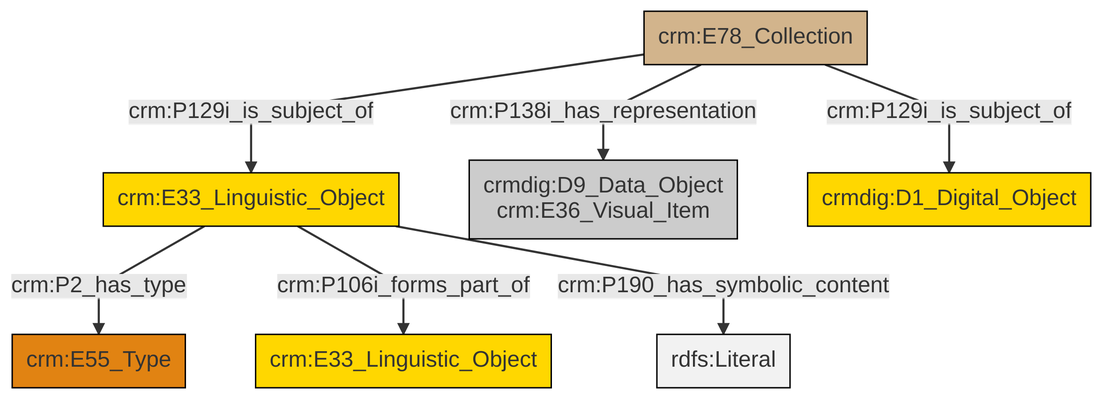
Earlier version of the Mermaid export et/archivalCSV/ttl/mmd/png/archival_docs.png (swiss-art-research-net/docs.swissartresearch). Its source is kept beside it as et/archivalCSV/ttl/mmd/archival_docs.ttl.mmd.
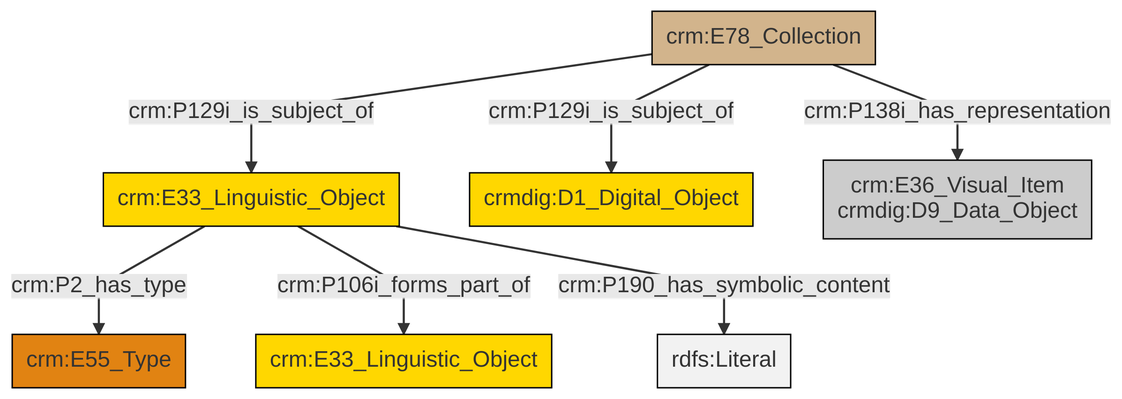
The same file after the commit.

The edit, as a diff of the source:
```diff
@@ -13,9 +13,9 @@
 classDef PC_Classes fill:#4ce600, stroke:#000000;
 classDef Multi fill:#cccccc,stroke:#000000;
 
-2["crm:E33_Linguistic_Object"]:::Conceptual_Object -->|crm:P2_has_type| 0["crm:E55_Type"]:::Type
-10["crm:E78_Collection"]:::Physical_Thing -->|crm:P129i_is_subject_of| 11["crmdig:D1_Digital_Object"]:::Conceptual_Object
-10["crm:E78_Collection"]:::Physical_Thing -->|crm:P138i_has_representation| 5["crmdig:D9_Data_Object<br>crm:E36_Visual_Item"]:::Multi
-2["crm:E33_Linguistic_Object"]:::Conceptual_Object -->|crm:P106i_forms_part_of| 3["crm:E33_Linguistic_Object"]:::Conceptual_Object
-10["crm:E78_Collection"]:::Physical_Thing -->|crm:P129i_is_subject_of| 2["crm:E33_Linguistic_Object"]:::Conceptual_Object
-2["crm:E33_Linguistic_Object"]:::Conceptual_Object -->|crm:P190_has_symbolic_content| 14[rdfs:Literal]:::Literal
+0["crm:E33_Linguistic_Object"]:::Conceptual_Object -->|crm:P2_has_type| 1["crm:E55_Type"]:::Type
+6["crm:E78_Collection"]:::Physical_Thing -->|crm:P129i_is_subject_of| 0["crm:E33_Linguistic_Object"]:::Conceptual_Object
+0["crm:E33_Linguistic_Object"]:::Conceptual_Object -->|crm:P106i_forms_part_of| 10["crm:E33_Linguistic_Object"]:::Conceptual_Object
+0["crm:E33_Linguistic_Object"]:::Conceptual_Object -->|crm:P190_has_symbolic_content| 11[rdfs:Literal]:::Literal
+6["crm:E78_Collection"]:::Physical_Thing -->|crm:P138i_has_representation| 4["crm:E36_Visual_Item<br>crmdig:D9_Data_Object"]:::Multi
+6["crm:E78_Collection"]:::Physical_Thing -->|crm:P129i_is_subject_of| 2["crmdig:D1_Digital_Object"]:::Conceptual_Object
```
